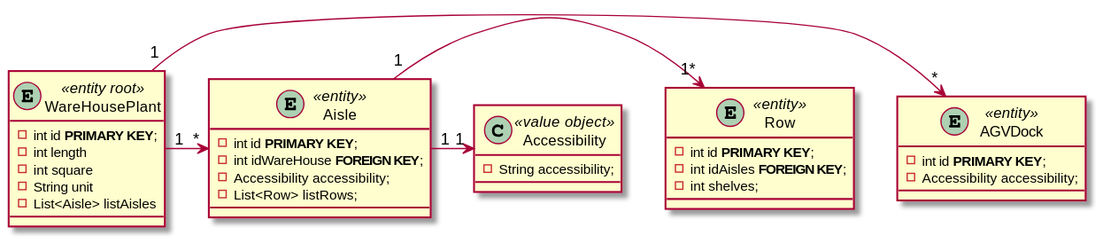
Before: eapli.base/docs/1190811/US2001/US2001_CD.svg, a diagram exported from PlantUML (LourencoMelo/ISEP-EAPLI).
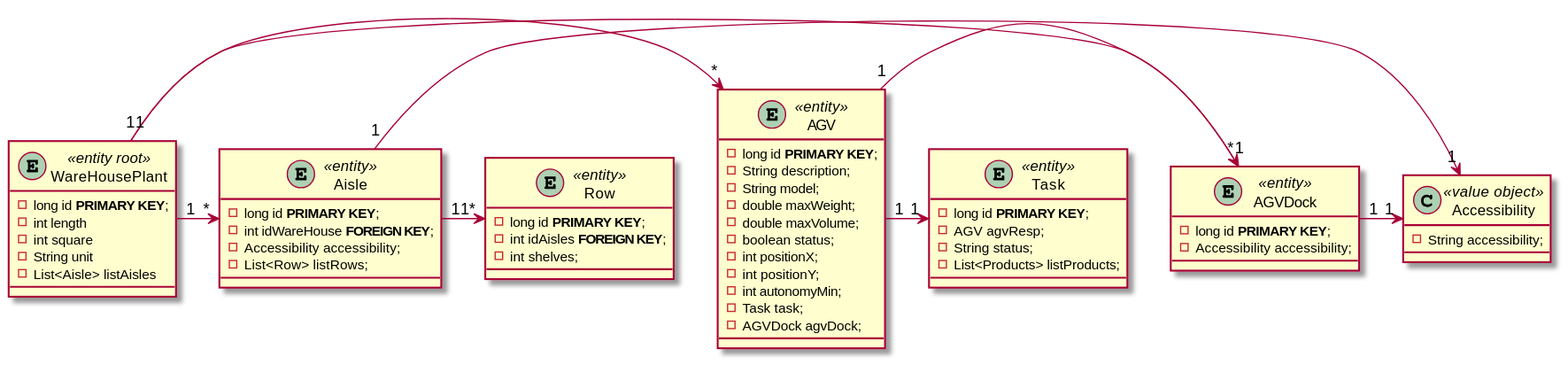
Above is the later version.

What changed in the source:
```diff
@@ -1,7 +1,7 @@
 @startuml
 
 Entity WareHousePlant<<entity root>> {
- -int id **PRIMARY KEY**;
+ -long id **PRIMARY KEY**;
  -int length
  -int square
  -String unit
@@ -9,20 +9,20 @@
 }
 
 Entity Aisle<<entity>>{
-    -int id **PRIMARY KEY**;
+    -long id **PRIMARY KEY**;
     -int idWareHouse **FOREIGN KEY**;
     -Accessibility accessibility;
     -List<Row> listRows;
 }
 
 Entity Row<<entity>>{
-    -int id **PRIMARY KEY**;
+    -long id **PRIMARY KEY**;
     -int idAisles **FOREIGN KEY**;
     -int shelves;
 }
 
 Entity AGVDock<<entity>>{
-    -int id **PRIMARY KEY**;
+    -long id **PRIMARY KEY**;
     -Accessibility accessibility;
 }
 
@@ -31,9 +31,34 @@
 
 }
 
+Entity AGV<<entity>>{
+    -long id **PRIMARY KEY**;
+    -String description;
+    -String model;
+    -double maxWeight;
+    -double maxVolume;
+    -boolean status;
+    -int positionX;
+    -int positionY;
+    -int autonomyMin;
+    -Task task;
+    -AGVDock agvDock;
+}
+
+Entity Task<<entity>>{
+    -long id **PRIMARY KEY**;
+    -AGV agvResp;
+    -String status;
+    -List<Products> listProducts;
+}
+
 WareHousePlant "1" -> "*"  AGVDock
+WareHousePlant "1" -> "*" AGV
 WareHousePlant "1" -> "*" Aisle
 Aisle "1" -> "1*" Row
 Aisle "1" -> "1" Accessibility
+AGV "1" -> "1" AGVDock
+AGV "1" -> "1" Task
+AGVDock "1" -> "1" Accessibility
 
 @enduml
```
